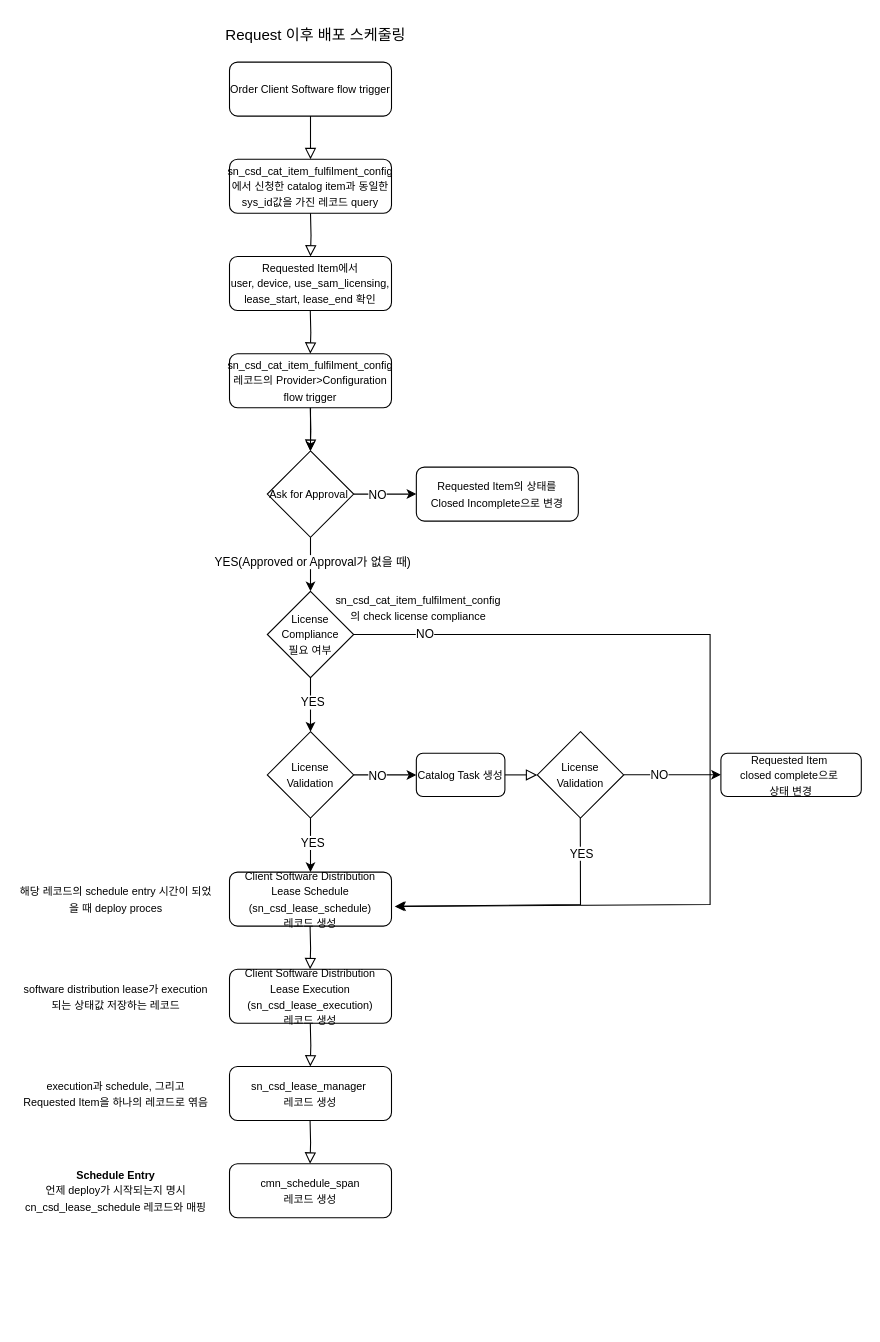
okrang/ServiceNow keeps this draw.io diagram as page "request 이후 프로세스" (2 of 3) of Jamf 배포.drawio. Above is the earlier version. Source tidied: cells renumbered, new cells numbered last; positions are measured from the earlier drawing's top-left corner, leaving out a move shared by most shapes. Both pictures are drawn from the tidied source at 108%, with x=0, y=0 at pixel (18, 18).
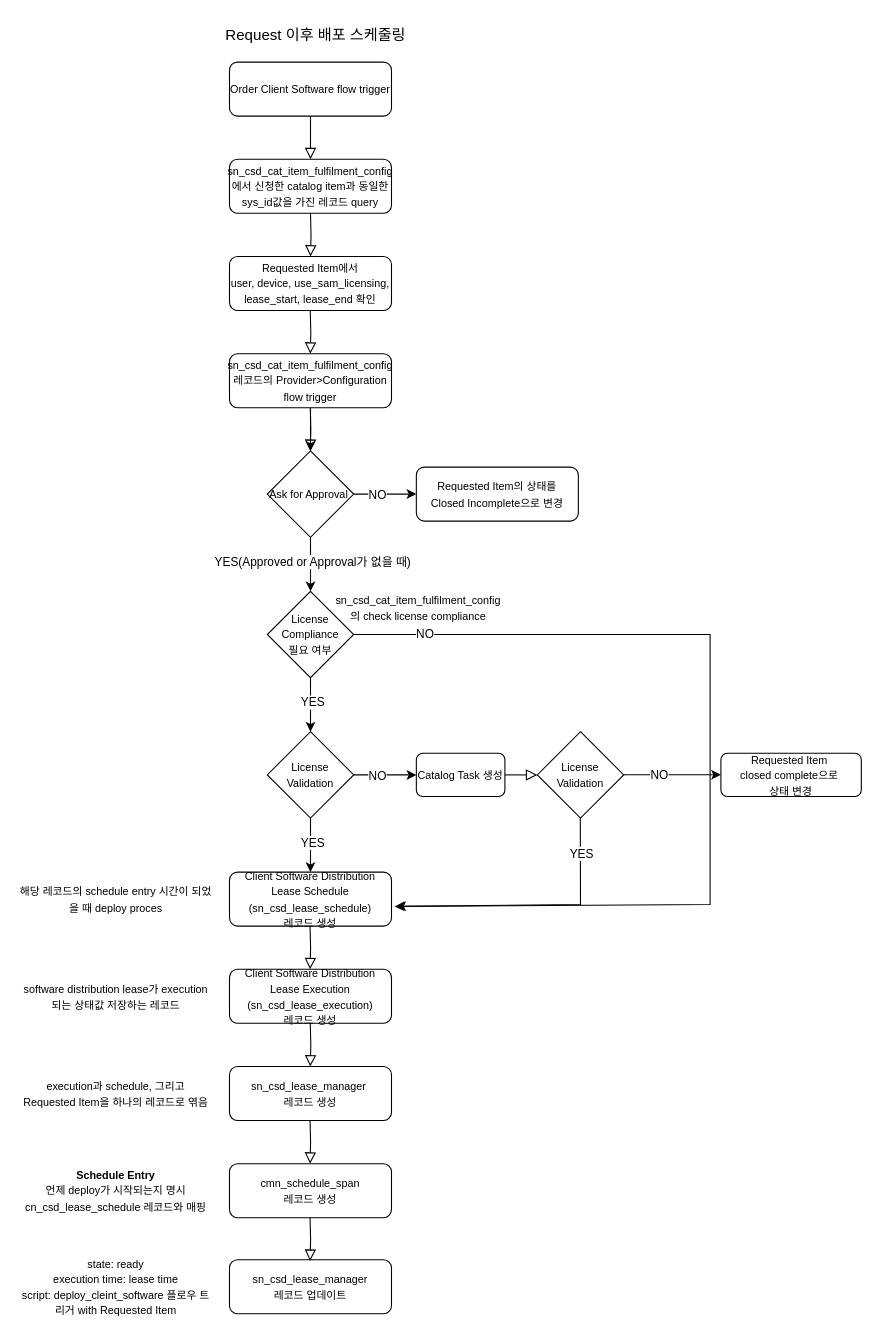
The same diagram, later.

Commit message:
Jamf 배포 프로세스.drawio 업데이트

What changed in the source:
```diff
@@
+    <mxCell id="48" value="&lt;span style=&quot;font-size: 10px;&quot;&gt;sn_csd_lease_manager&lt;/span&gt;&lt;div&gt;&lt;span style=&quot;font-size: 10px;&quot;&gt;레코드 업데이트&lt;/span&gt;&lt;/div&gt;" style="rounded=1;whiteSpace=wrap;html=1;fontSize=12;glass=0;strokeWidth=1;shadow=0;" parent="1" vertex="1">
+      <mxGeometry x="195" y="1149" width="150" height="50" as="geometry" />
+    </mxCell>
+    <mxCell id="49" style="rounded=0;html=1;jettySize=auto;orthogonalLoop=1;fontSize=11;endArrow=block;endFill=0;endSize=8;strokeWidth=1;shadow=0;labelBackgroundColor=none;edgeStyle=orthogonalEdgeStyle;" parent="1" edge="1">
+      <mxGeometry relative="1" as="geometry">
+        <mxPoint x="269.6" y="1110" as="sourcePoint" />
+        <mxPoint x="269.6" y="1150" as="targetPoint" />
+      </mxGeometry>
+    </mxCell>
+    <mxCell id="50" value="&lt;span style=&quot;font-size: 10px;&quot;&gt;state: ready&lt;/span&gt;&lt;div&gt;&lt;span style=&quot;font-size: 10px;&quot;&gt;execution time: lease time&lt;br&gt;script: deploy_cleint_software 플로우 트리거 with Requested Item&lt;/span&gt;&lt;/div&gt;" style="text;html=1;align=center;verticalAlign=middle;whiteSpace=wrap;rounded=0;" parent="1" vertex="1">
+      <mxGeometry y="1139" width="180" height="70" as="geometry" />
+    </mxCell>
```
